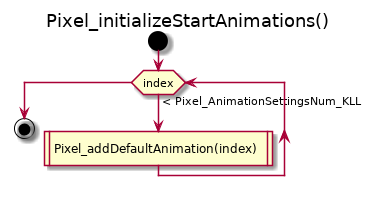
kluelogic/controller keeps this PlantUML diagram as doc/uml/Pixel_initializeStartAnimations.png. Above is the earlier version.
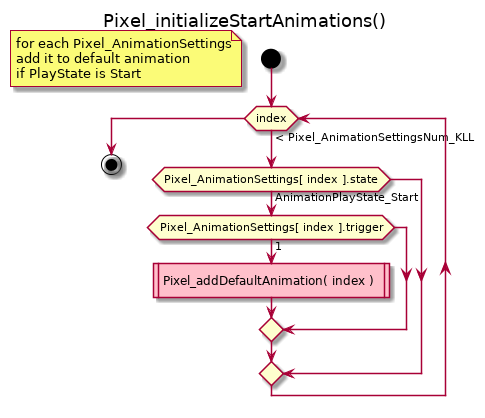
Later version of the same file.

The edit, as a diff of the source:
```diff
@@ -1,8 +1,13 @@
 @startuml
 title Pixel_initializeStartAnimations()
 start
+ floating note left: for each Pixel_AnimationSettings\nadd it to default animation\nif PlayState is Start
  while (index) is (< Pixel_AnimationSettingsNum_KLL)
-  :Pixel_addDefaultAnimation(index)|
+  if (Pixel_AnimationSettings[ index ].state) then (AnimationPlayState_Start)
+   if (Pixel_AnimationSettings[ index ].trigger) then (1)
+    #Pink:Pixel_addDefaultAnimation( index )|
+   endif
+  endif
  endwhile
 stop
 @enduml
```
